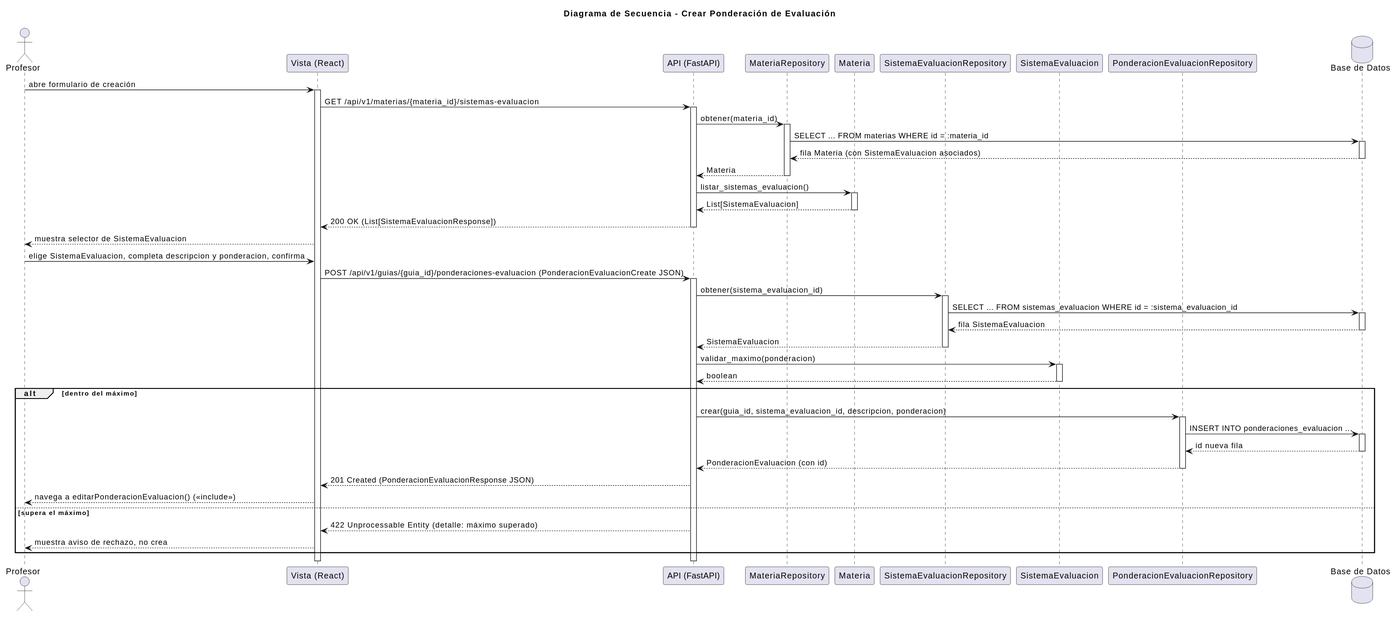
Earlier version of the PlantUML export images/RUP/03-diseño/casos-uso/crearPonderacionEvaluacion/secuencia.svg (mmasias/pyCeldaPublico).
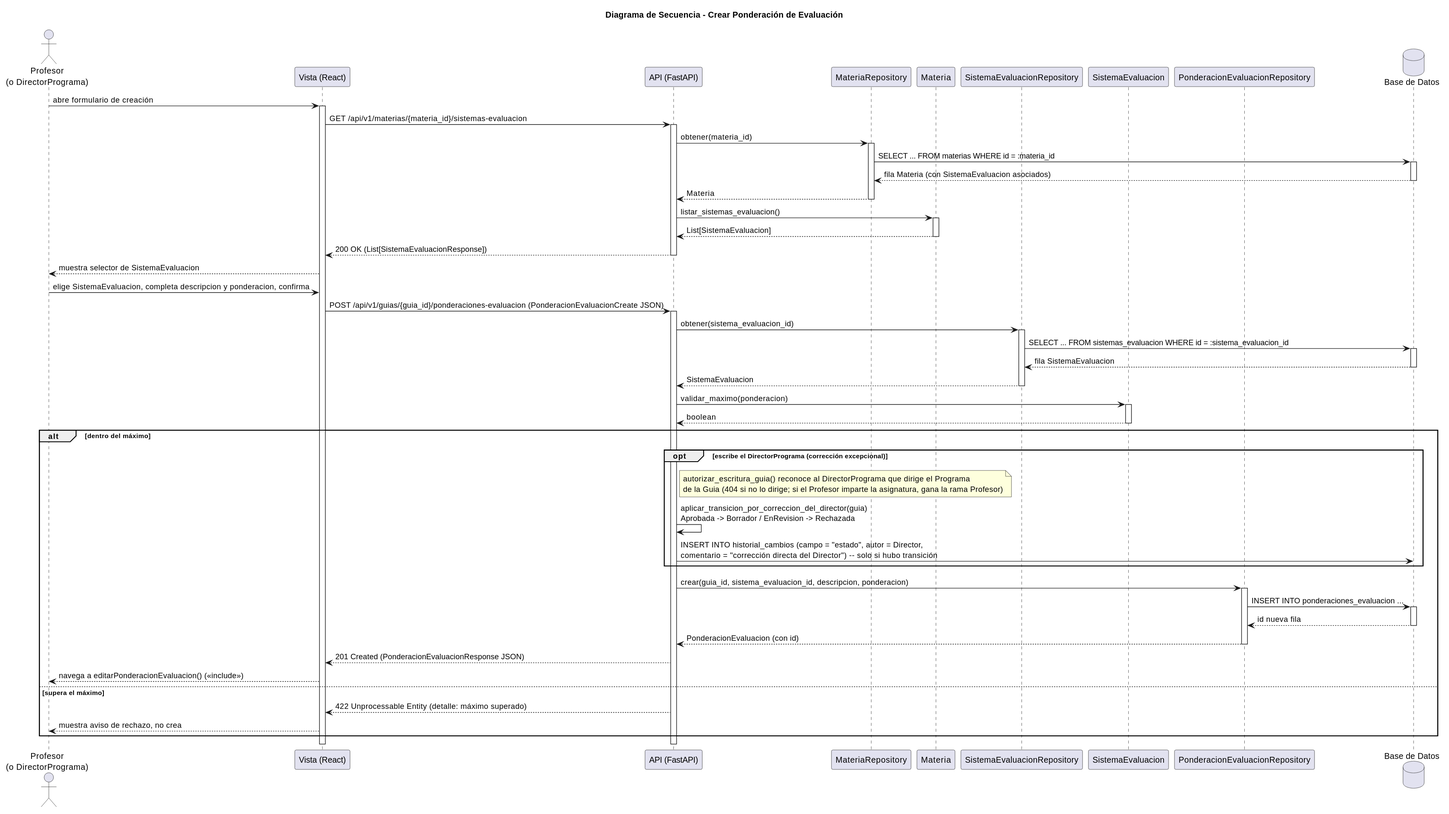
The same file after the commit.

What changed in the source:
```diff
@@ -1,7 +1,7 @@
 @startuml
 title Diagrama de Secuencia - Crear Ponderación de Evaluación
 
-actor "Profesor" as Profesor
+actor "Profesor\n(o DirectorPrograma)" as Profesor
 participant "Vista (React)" as Vista
 participant "API (FastAPI)" as API
 participant "MateriaRepository" as MateriaRepo
@@ -48,6 +48,11 @@
 deactivate SistemaEvaluacion
 
 alt dentro del máximo
+  opt escribe el DirectorPrograma (corrección excepcional)
+    note right of API: autorizar_escritura_guia() reconoce al DirectorPrograma que dirige el Programa\nde la Guia (404 si no lo dirige; si el Profesor imparte la asignatura, gana la rama Profesor)
+    API -> API: aplicar_transicion_por_correccion_del_director(guia)\nAprobada -> Borrador / EnRevision -> Rechazada
+    API -> DB: INSERT INTO historial_cambios (campo = "estado", autor = Director,\ncomentario = "corrección directa del Director") -- solo si hubo transición
+  end
   API -> PonderacionRepo: crear(guia_id, sistema_evaluacion_id, descripcion, ponderacion)
   activate PonderacionRepo
   PonderacionRepo -> DB: INSERT INTO ponderaciones_evaluacion ...
```
